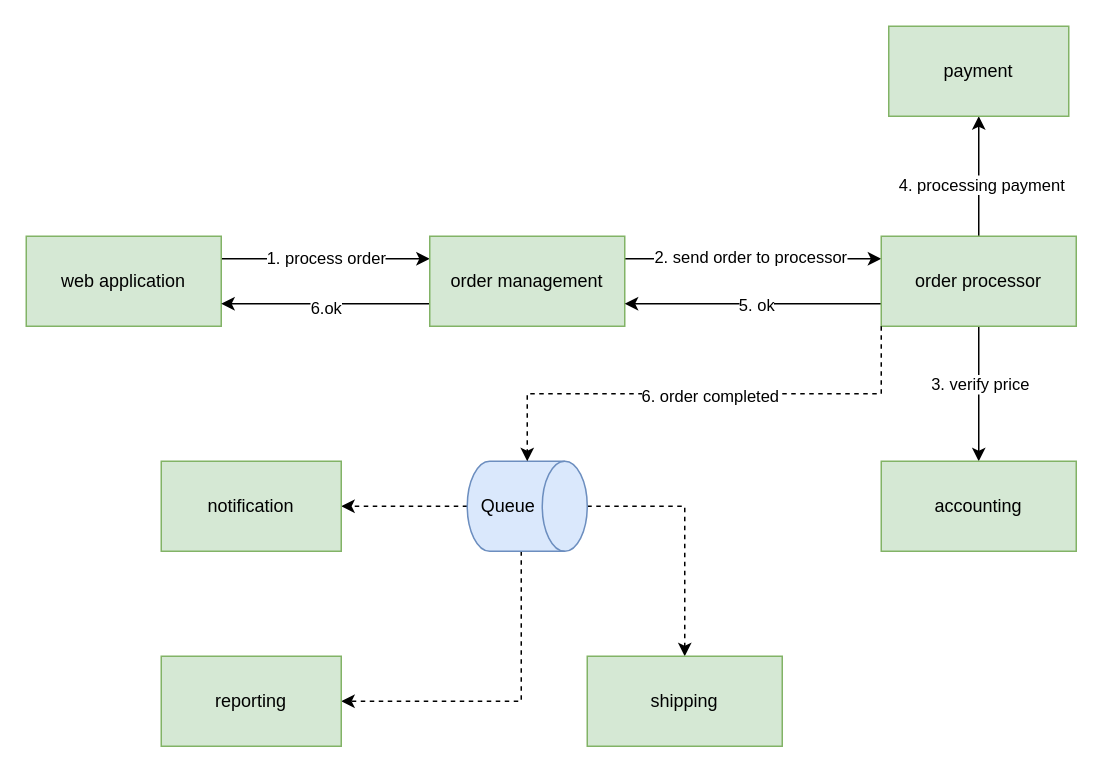
This is workflows/order_processor_movie.drawio from movies-albrains/.github, a draw.io file, before an edit. Source tidied: cells renumbered, new cells numbered last; positions are measured from the earlier drawing's top-left corner, leaving out a move shared by most shapes. Both pictures are drawn from the tidied source at 150%, with x=0, y=0 at pixel (26, 26).
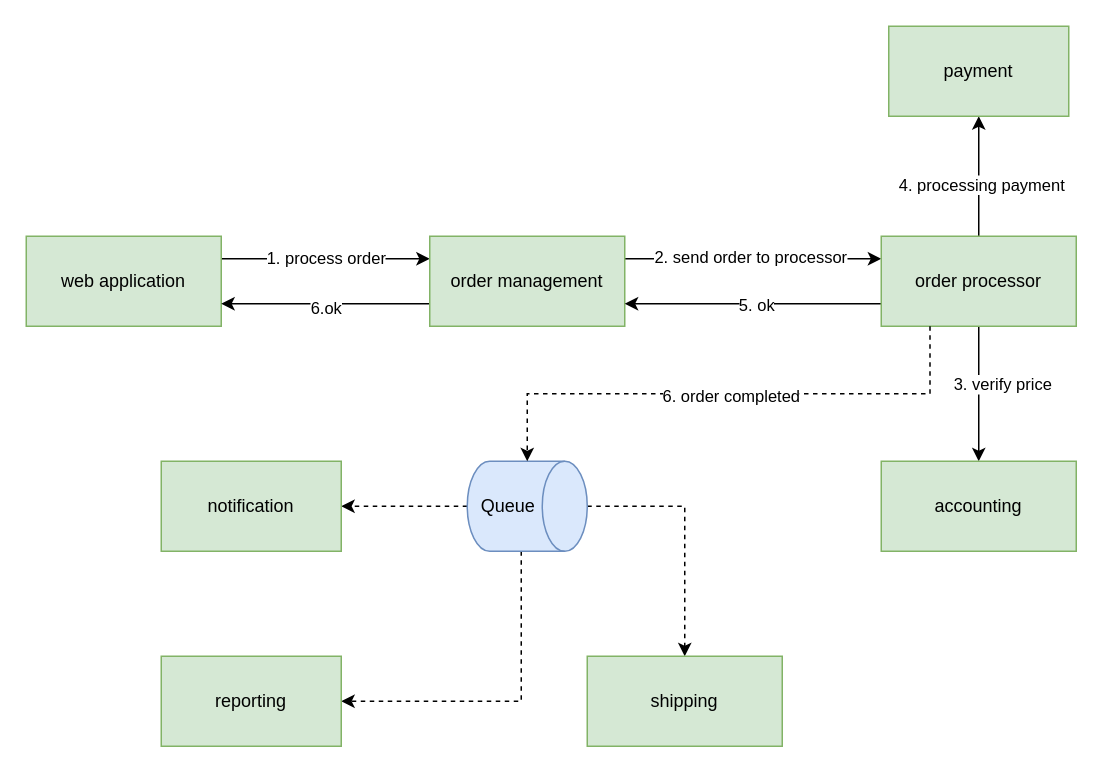
Above is the later version.

Commit message:
Mettre à jour order_processor_movie.drawio

Unchanged cells that the change refers to:
```xml
<mxCell id="10" style="edgeStyle=orthogonalEdgeStyle;rounded=0;jettySize=auto;html=1;entryX=0.5;entryY=0;entryDx=0;entryDy=0;" parent="1" edge="1" source="16" target="17">
  <mxGeometry relative="1" as="geometry" />
</mxCell>
<mxCell id="16" value="order processor" style="rounded=0;whiteSpace=wrap;html=1;fillColor=#d5e8d4;strokeColor=#82b366;" parent="1" vertex="1">
  <mxGeometry x="570" y="140" width="130" height="60" as="geometry" />
</mxCell>
<mxCell id="22" value="Queue" style="shape=cylinder3;whiteSpace=wrap;html=1;boundedLbl=1;backgroundOutline=1;size=15;direction=south;fillColor=#dae8fc;strokeColor=#6c8ebf;" parent="1" vertex="1">
  <mxGeometry x="294" y="290" width="80" height="60" as="geometry" />
</mxCell>
```

The edit, as a diff of the source:
```diff
@@
     <mxCell id="11" value="3. verify price" style="edgeLabel;html=1;align=center;verticalAlign=middle;" parent="10" vertex="1">
-      <mxGeometry x="-0.16" relative="1" as="geometry" />
+      <mxGeometry x="-0.16" relative="1" as="geometry">
+        <mxPoint x="15" as="offset" />
+      </mxGeometry>
     </mxCell>
@@
-    <mxCell id="26" style="edgeStyle=orthogonalEdgeStyle;rounded=0;jettySize=auto;html=1;exitX=0;exitY=1;exitDx=0;exitDy=0;entryX=0;entryY=0.5;entryDx=0;entryDy=0;entryPerimeter=0;dashed=1;" parent="1" edge="1" source="16" target="22">
+    <mxCell id="26" style="edgeStyle=orthogonalEdgeStyle;rounded=0;jettySize=auto;html=1;exitX=0.25;exitY=1;exitDx=0;exitDy=0;entryX=0;entryY=0.5;entryDx=0;entryDy=0;entryPerimeter=0;dashed=1;" parent="1" edge="1" source="16" target="22">
       <mxGeometry relative="1" as="geometry" />
     </mxCell>
     <mxCell id="27" value="6. order completed" style="edgeLabel;html=1;align=center;verticalAlign=middle;" parent="26" vertex="1">
-      <mxGeometry x="-0.02" y="1" relative="1" as="geometry" />
+      <mxGeometry y="1" relative="1" as="geometry">
+        <mxPoint x="1" as="offset" />
+      </mxGeometry>
     </mxCell>
```
